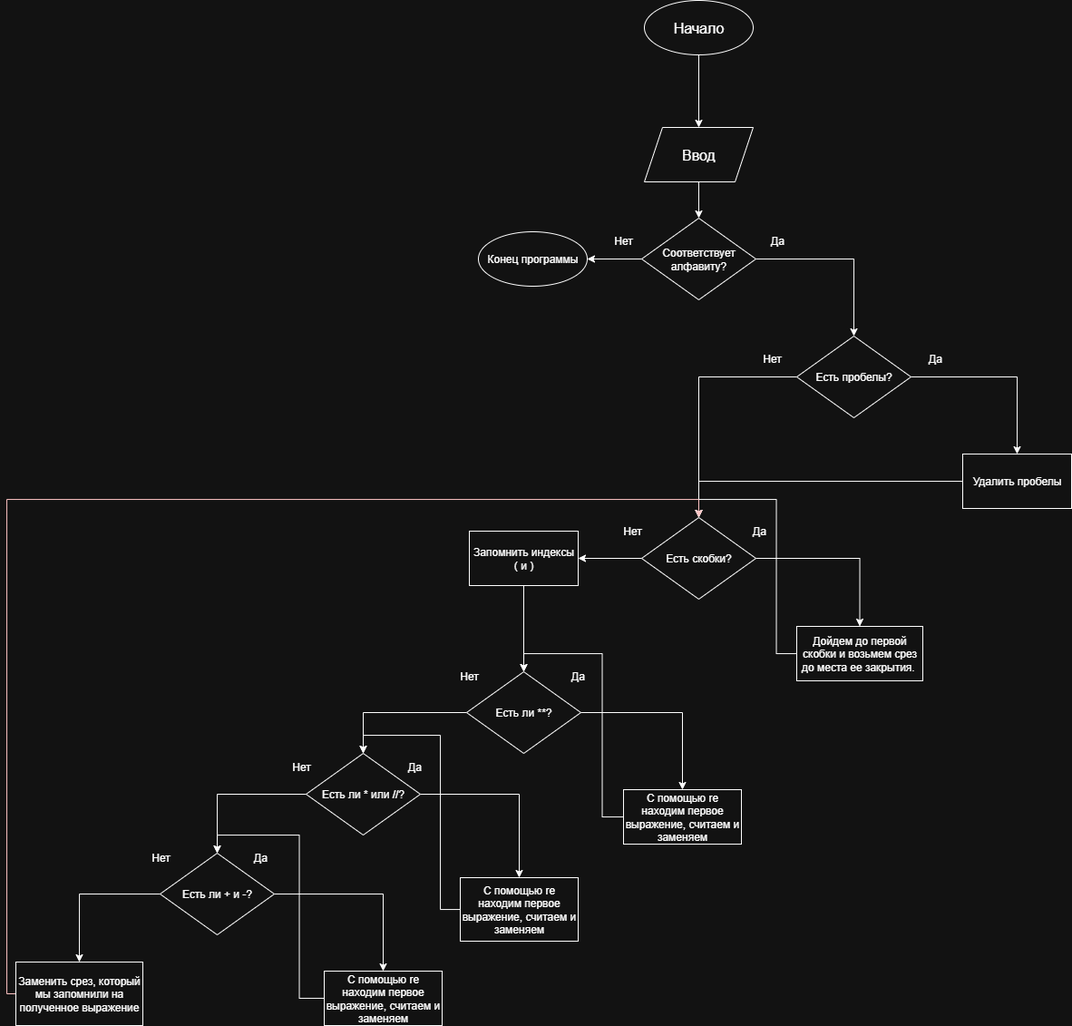
galanovaxxx/lab-1 keeps this draw.io diagram as схема лаба 1.png. Above is the earlier version. Source tidied: cells renumbered, new cells last; positions are measured from the earlier drawing's top-left corner, leaving out a move shared by most shapes.
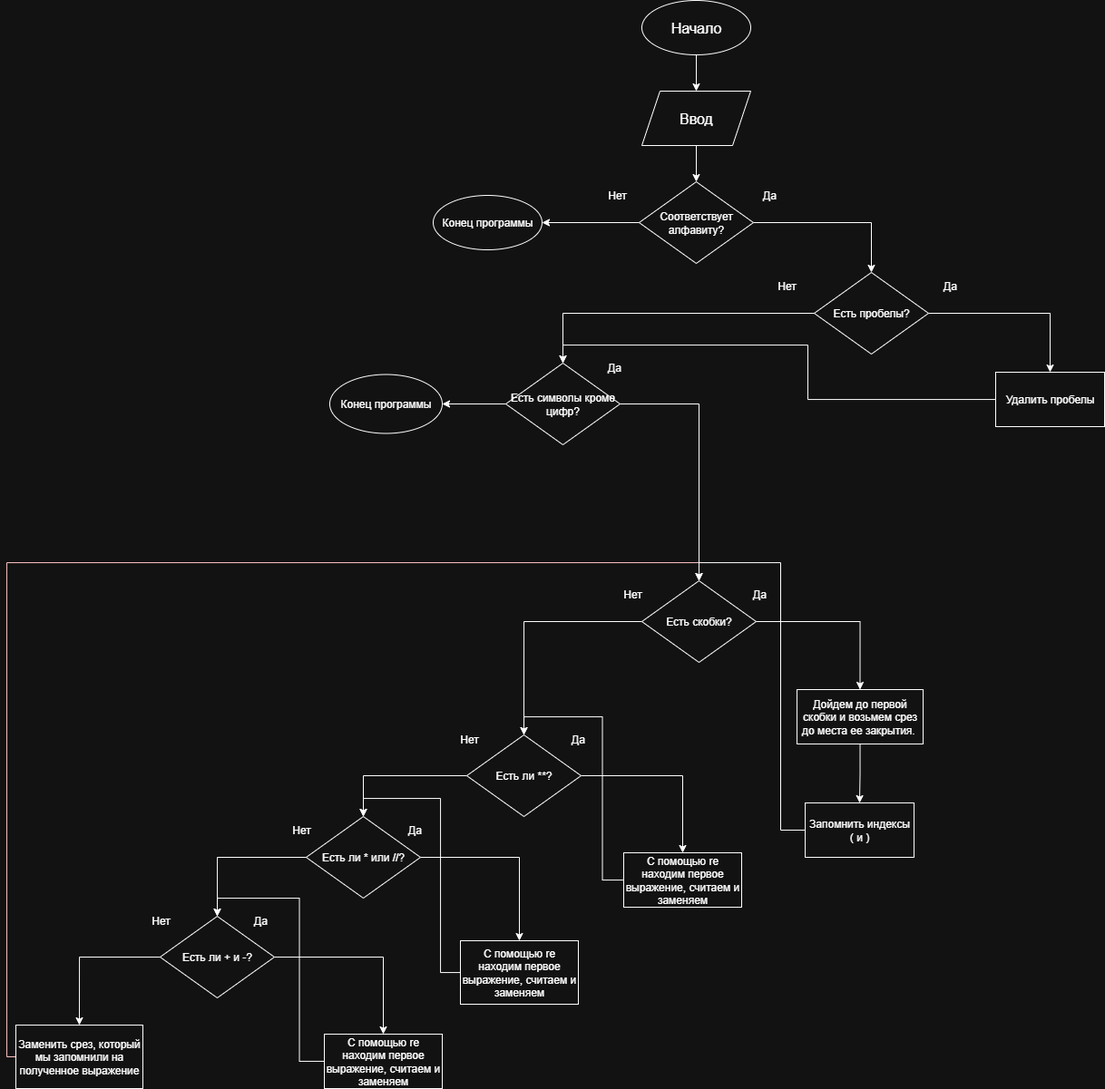
After the change.

What changed in the source:
```diff
@@ -6,47 +6,47 @@
       <mxGeometry relative="1" as="geometry" />
     </mxCell>
     <mxCell id="3" value="&lt;font style=&quot;font-size: 16px;&quot;&gt;Ввод&lt;/font&gt;" style="shape=parallelogram;perimeter=parallelogramPerimeter;whiteSpace=wrap;html=1;fixedSize=1;" parent="1" vertex="1">
-      <mxGeometry x="703" y="140" width="120" height="60" as="geometry" />
+      <mxGeometry x="700" y="30" width="120" height="60" as="geometry" />
     </mxCell>
     <mxCell id="4" style="edgeStyle=orthogonalEdgeStyle;rounded=0;jettySize=auto;html=1;exitX=0.5;exitY=1;exitDx=0;exitDy=0;" parent="1" edge="1" source="5" target="3">
       <mxGeometry relative="1" as="geometry" />
     </mxCell>
     <mxCell id="5" value="&lt;font style=&quot;font-size: 16px;&quot;&gt;Начало&lt;/font&gt;" style="ellipse;whiteSpace=wrap;html=1;" parent="1" vertex="1">
-      <mxGeometry x="703" width="120" height="60" as="geometry" />
+      <mxGeometry x="700" y="-70" width="120" height="60" as="geometry" />
     </mxCell>
     <mxCell id="6" style="edgeStyle=orthogonalEdgeStyle;rounded=0;jettySize=auto;html=1;entryX=0.5;entryY=0;entryDx=0;entryDy=0;" parent="1" edge="1" source="8" target="12">
       <mxGeometry relative="1" as="geometry" />
     </mxCell>
-    <mxCell id="7" style="edgeStyle=orthogonalEdgeStyle;rounded=0;jettySize=auto;html=1;entryX=0.5;entryY=0;entryDx=0;entryDy=0;" parent="1" edge="1" source="8" target="17">
-      <mxGeometry relative="1" as="geometry" />
-    </mxCell>
+    <mxCell id="52" style="edgeStyle=orthogonalEdgeStyle;rounded=0;jettySize=auto;html=1;entryX=0.5;entryY=0;entryDx=0;entryDy=0;" parent="1" edge="1" source="8" target="59">
+      <mxGeometry relative="1" as="geometry" />
+    </mxCell>
     <mxCell id="8" value="Есть пробелы?" style="rhombus;whiteSpace=wrap;html=1;" parent="1" vertex="1">
-      <mxGeometry x="871" y="370" width="126" height="90" as="geometry" />
+      <mxGeometry x="890" y="230" width="126" height="90" as="geometry" />
     </mxCell>
     <mxCell id="9" value="Да" style="text;html=1;align=center;verticalAlign=middle;whiteSpace=wrap;rounded=0;" parent="1" vertex="1">
-      <mxGeometry x="994" y="380" width="60" height="30" as="geometry" />
+      <mxGeometry x="1010" y="230" width="60" height="30" as="geometry" />
     </mxCell>
     <mxCell id="10" value="Нет" style="text;html=1;align=center;verticalAlign=middle;whiteSpace=wrap;rounded=0;" parent="1" vertex="1">
-      <mxGeometry x="814" y="380" width="60" height="30" as="geometry" />
+      <mxGeometry x="830" y="230" width="60" height="30" as="geometry" />
     </mxCell>
-    <mxCell id="11" style="edgeStyle=orthogonalEdgeStyle;rounded=0;jettySize=auto;html=1;entryX=0.5;entryY=0;entryDx=0;entryDy=0;" parent="1" edge="1" source="12" target="17">
-      <mxGeometry relative="1" as="geometry" />
-    </mxCell>
+    <mxCell id="53" style="edgeStyle=orthogonalEdgeStyle;rounded=0;jettySize=auto;html=1;entryX=0.5;entryY=0;entryDx=0;entryDy=0;" parent="1" edge="1" source="12" target="59">
+      <mxGeometry relative="1" as="geometry" />
+    </mxCell>
     <mxCell id="12" value="Удалить пробелы" style="rounded=0;whiteSpace=wrap;html=1;fontSize=12;" parent="1" vertex="1">
-      <mxGeometry x="1054" y="500" width="120" height="60" as="geometry" />
+      <mxGeometry x="1090" y="340" width="120" height="60" as="geometry" />
     </mxCell>
-    <mxCell id="13" style="edgeStyle=orthogonalEdgeStyle;rounded=0;jettySize=auto;html=1;entryX=0.5;entryY=0;entryDx=0;entryDy=0;" parent="1" edge="1" source="14" target="17">
-      <mxGeometry relative="1" as="geometry" />
-    </mxCell>
+    <mxCell id="54" style="edgeStyle=orthogonalEdgeStyle;rounded=0;jettySize=auto;html=1;entryX=0.5;entryY=0;entryDx=0;entryDy=0;" parent="1" edge="1" source="14" target="33">
+      <mxGeometry relative="1" as="geometry" />
+    </mxCell>
     <mxCell id="14" value="Дойдем до первой скобки и возьмем срез до места ее закрытия.&amp;nbsp;" style="rounded=0;whiteSpace=wrap;html=1;" parent="1" vertex="1">
       <mxGeometry x="871" y="690" width="139" height="60" as="geometry" />
     </mxCell>
     <mxCell id="15" style="edgeStyle=orthogonalEdgeStyle;rounded=0;jettySize=auto;html=1;entryX=0.5;entryY=0;entryDx=0;entryDy=0;" parent="1" edge="1" source="17" target="14">
       <mxGeometry relative="1" as="geometry" />
     </mxCell>
-    <mxCell id="16" style="edgeStyle=orthogonalEdgeStyle;rounded=0;jettySize=auto;html=1;" parent="1" edge="1" source="17" target="33">
-      <mxGeometry relative="1" as="geometry" />
-    </mxCell>
+    <mxCell id="55" style="edgeStyle=orthogonalEdgeStyle;rounded=0;jettySize=auto;html=1;entryX=0.5;entryY=0;entryDx=0;entryDy=0;" parent="1" edge="1" source="17" target="29">
+      <mxGeometry relative="1" as="geometry" />
+    </mxCell>
     <mxCell id="17" value="Есть скобки?" style="rhombus;whiteSpace=wrap;html=1;" parent="1" vertex="1">
       <mxGeometry x="700" y="570" width="126" height="90" as="geometry" />
     </mxCell>
@@ -63,16 +63,16 @@
       <mxGeometry relative="1" as="geometry" />
     </mxCell>
     <mxCell id="22" value="Соответствует алфавиту?" style="rhombus;whiteSpace=wrap;html=1;" parent="1" vertex="1">
-      <mxGeometry x="700" y="240" width="126" height="90" as="geometry" />
+      <mxGeometry x="697" y="130" width="126" height="90" as="geometry" />
     </mxCell>
     <mxCell id="23" value="Да" style="text;html=1;align=center;verticalAlign=middle;whiteSpace=wrap;rounded=0;" parent="1" vertex="1">
-      <mxGeometry x="820" y="250" width="60" height="30" as="geometry" />
+      <mxGeometry x="811" y="130" width="60" height="30" as="geometry" />
     </mxCell>
     <mxCell id="24" value="Нет" style="text;html=1;align=center;verticalAlign=middle;whiteSpace=wrap;rounded=0;" parent="1" vertex="1">
-      <mxGeometry x="650" y="250" width="60" height="30" as="geometry" />
+      <mxGeometry x="643" y="130" width="60" height="30" as="geometry" />
     </mxCell>
     <mxCell id="25" value="Конец программы" style="ellipse;whiteSpace=wrap;html=1;" parent="1" vertex="1">
-      <mxGeometry x="520" y="255" width="120" height="60" as="geometry" />
+      <mxGeometry x="470" y="145" width="120" height="60" as="geometry" />
     </mxCell>
     <mxCell id="26" style="edgeStyle=orthogonalEdgeStyle;rounded=0;orthogonalLoop=1;jettySize=auto;html=1;exitX=0.5;exitY=1;exitDx=0;exitDy=0;" parent="1" edge="1" source="19" target="19">
       <mxGeometry relative="1" as="geometry" />
@@ -92,12 +92,6 @@
     <mxCell id="31" value="Да" style="text;html=1;align=center;verticalAlign=middle;whiteSpace=wrap;rounded=0;" parent="1" vertex="1">
       <mxGeometry x="600" y="730" width="60" height="30" as="geometry" />
     </mxCell>
-    <mxCell id="32" style="edgeStyle=orthogonalEdgeStyle;rounded=0;jettySize=auto;html=1;" parent="1" edge="1" source="33" target="29">
-      <mxGeometry relative="1" as="geometry" />
-    </mxCell>
-    <mxCell id="33" value="Запомнить индексы ( и )" style="whiteSpace=wrap;html=1;" parent="1" vertex="1">
-      <mxGeometry x="510" y="585" width="120" height="60" as="geometry" />
-    </mxCell>
     <mxCell id="34" style="edgeStyle=orthogonalEdgeStyle;rounded=0;jettySize=auto;html=1;entryX=0.5;entryY=0;entryDx=0;entryDy=0;" parent="1" edge="1" source="35" target="29">
       <mxGeometry relative="1" as="geometry" />
     </mxCell>
@@ -158,5 +152,26 @@
     <mxCell id="51" value="Заменить срез, который мы запомнили на полученное выражение" style="rounded=0;whiteSpace=wrap;html=1;" parent="1" vertex="1">
       <mxGeometry x="10" y="1060" width="140" height="70" as="geometry" />
     </mxCell>
+    <mxCell id="56" style="edgeStyle=orthogonalEdgeStyle;rounded=0;jettySize=auto;html=1;entryX=0.5;entryY=0;entryDx=0;entryDy=0;" parent="1" edge="1" source="33" target="17">
+      <mxGeometry relative="1" as="geometry" />
+    </mxCell>
+    <mxCell id="33" value="Запомнить индексы ( и )" style="whiteSpace=wrap;html=1;" parent="1" vertex="1">
+      <mxGeometry x="880" y="815" width="120" height="60" as="geometry" />
+    </mxCell>
+    <mxCell id="57" style="edgeStyle=orthogonalEdgeStyle;rounded=0;jettySize=auto;html=1;" parent="1" edge="1" source="59" target="17">
+      <mxGeometry relative="1" as="geometry" />
+    </mxCell>
+    <mxCell id="58" style="edgeStyle=orthogonalEdgeStyle;rounded=0;jettySize=auto;html=1;entryX=1;entryY=0.5;entryDx=0;entryDy=0;" parent="1" edge="1" source="59" target="61">
+      <mxGeometry relative="1" as="geometry" />
+    </mxCell>
+    <mxCell id="59" value="Есть символы кроме цифр?" style="rhombus;whiteSpace=wrap;html=1;" parent="1" vertex="1">
+      <mxGeometry x="550" y="330" width="126" height="90" as="geometry" />
+    </mxCell>
+    <mxCell id="60" value="Да" style="text;html=1;align=center;verticalAlign=middle;whiteSpace=wrap;rounded=0;" parent="1" vertex="1">
+      <mxGeometry x="640" y="320" width="60" height="30" as="geometry" />
+    </mxCell>
+    <mxCell id="61" value="Конец программы" style="ellipse;whiteSpace=wrap;html=1;" parent="1" vertex="1">
+      <mxGeometry x="356" y="342.5" width="124" height="65" as="geometry" />
+    </mxCell>
   </root>
 </mxGraphModel>
```
